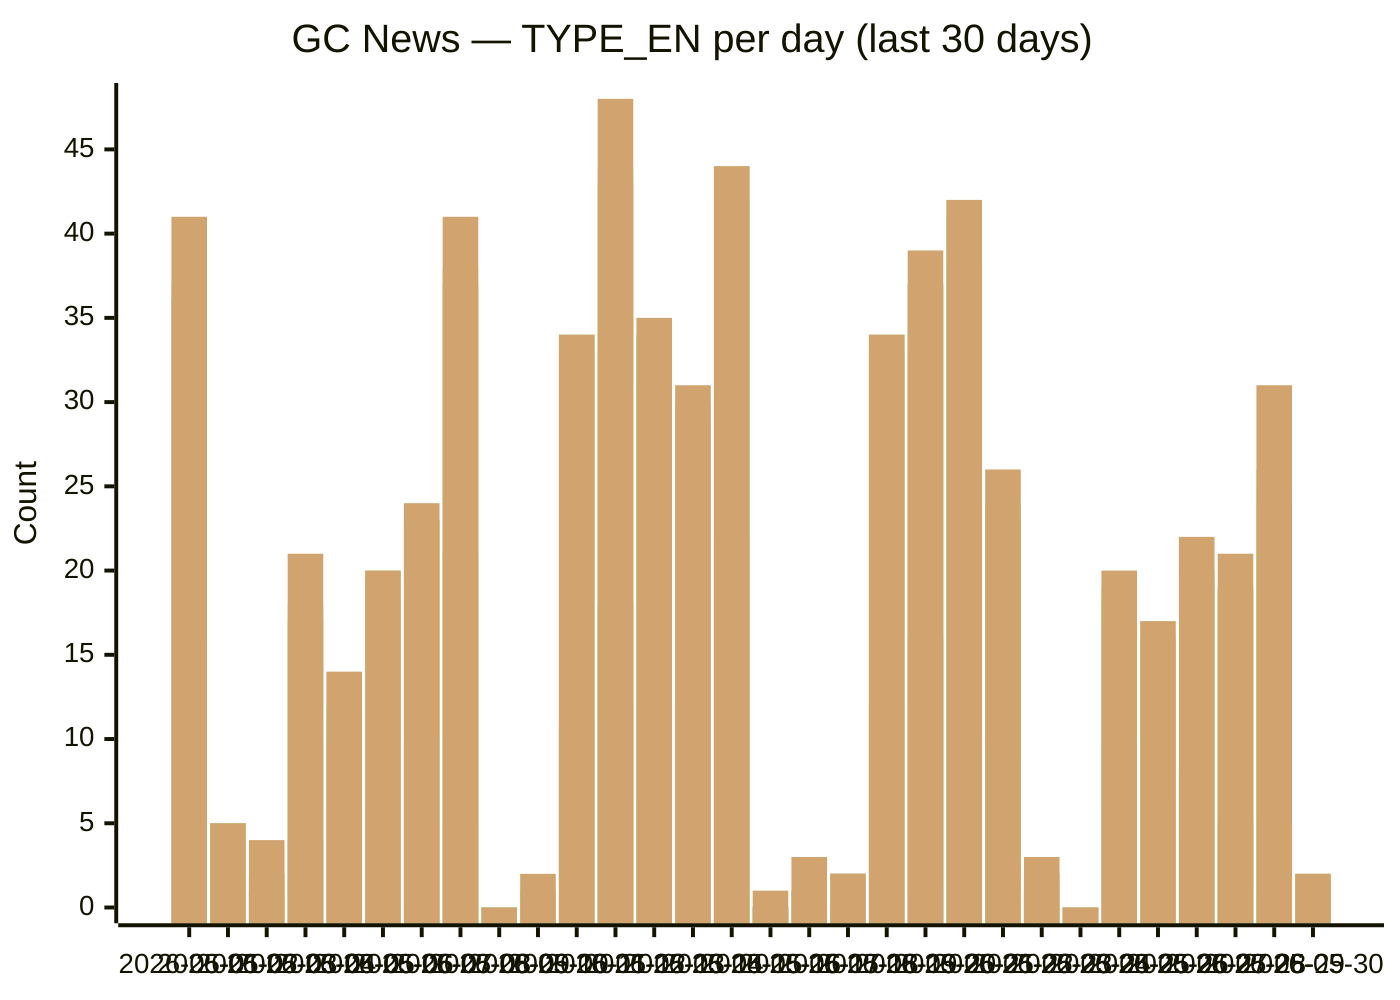
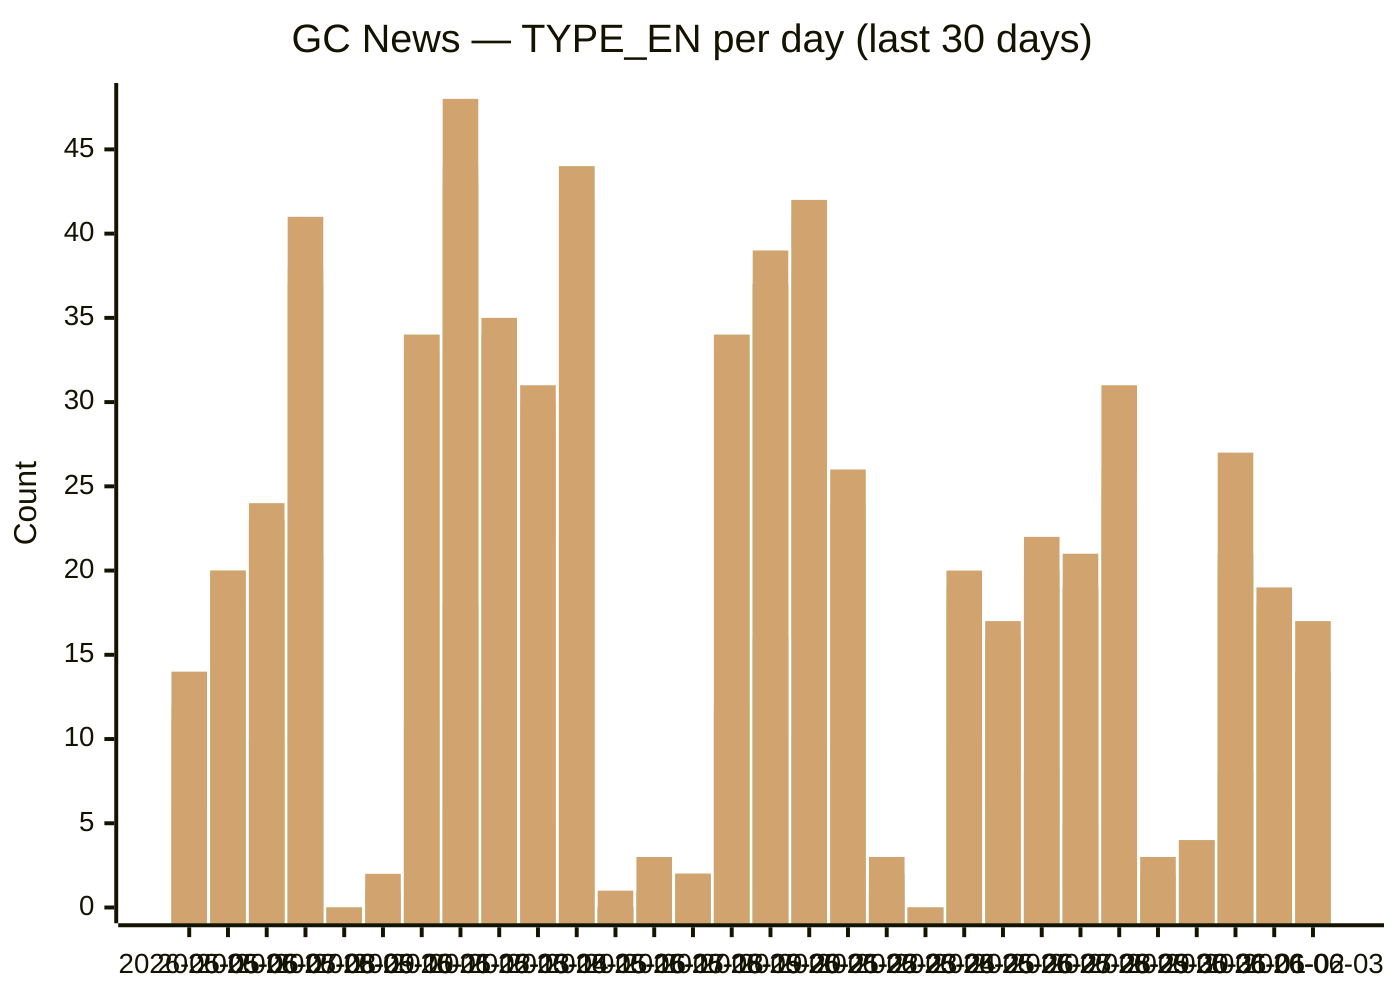
xychart-beta
  title "GC News — TYPE_EN per day (last 30 days)"
-   x-axis [2026-05-01, 2026-05-02, 2026-05-03, 2026-05-04, 2026-05-05, 2026-05-06, 2026-05-07, 2026-05-08, 2026-05-09, 2026-05-10, 2026-05-11, 2026-05-12, 2026-05-13, 2026-05-14, 2026-05-15, 2026-05-16, 2026-05-17, 2026-05-18, 2026-05-19, 2026-05-20, 2026-05-21, 2026-05-22, 2026-05-23, 2026-05-24, 2026-05-25, 2026-05-26, 2026-05-27, 2026-05-28, 2026-05-29, 2026-05-30]
+   x-axis [2026-05-05, 2026-05-06, 2026-05-07, 2026-05-08, 2026-05-09, 2026-05-10, 2026-05-11, 2026-05-12, 2026-05-13, 2026-05-14, 2026-05-15, 2026-05-16, 2026-05-17, 2026-05-18, 2026-05-19, 2026-05-20, 2026-05-21, 2026-05-22, 2026-05-23, 2026-05-24, 2026-05-25, 2026-05-26, 2026-05-27, 2026-05-28, 2026-05-29, 2026-05-30, 2026-05-31, 2026-06-01, 2026-06-02, 2026-06-03]
  y-axis "Count" 0 --> 48
-   bar backgrounders [1, 0, 0, 2, 1, 2, 0, 5, 0, 0, 2, 6, 2, 4, 5, 0, 0, 0, 1, 1, 3, 3, 0, 0, 6, 1, 4, 1, 1, 0]
-   bar "media advisories" [16, 0, 1, 4, 6, 7, 10, 21, 0, 0, 11, 18, 12, 12, 22, 0, 0, 2, 12, 16, 10, 9, 1, 0, 10, 6, 8, 5, 5, 0]
-   bar "news releases" [36, 5, 2, 17, 10, 18, 23, 37, 0, 1, 33, 43, 31, 28, 42, 0, 1, 2, 33, 37, 38, 23, 2, 0, 17, 13, 19, 19, 24, 2]
-   bar readouts [36, 5, 2, 17, 11, 19, 23, 37, 0, 1, 34, 43, 34, 29, 44, 0, 1, 2, 34, 37, 41, 23, 2, 0, 18, 16, 20, 19, 25, 2]
-   bar speeches [37, 5, 2, 18, 12, 20, 23, 38, 0, 1, 34, 44, 34, 30, 44, 0, 1, 2, 34, 37, 42, 24, 2, 0, 19, 16, 20, 19, 26, 2]
-   bar statements [41, 5, 4, 21, 14, 20, 24, 41, 0, 2, 34, 48, 35, 31, 44, 1, 3, 2, 34, 39, 42, 26, 3, 0, 20, 17, 22, 21, 31, 2]
+   bar backgrounders [1, 2, 0, 5, 0, 0, 2, 6, 2, 4, 5, 0, 0, 0, 1, 1, 3, 3, 0, 0, 6, 1, 4, 1, 1, 0, 0, 5, 2, 2]
+   bar "media advisories" [6, 7, 10, 21, 0, 0, 11, 18, 12, 12, 22, 0, 0, 2, 12, 16, 10, 9, 1, 0, 10, 6, 8, 5, 5, 0, 4, 8, 6, 5]
+   bar "news releases" [10, 18, 23, 37, 0, 1, 33, 43, 31, 28, 42, 0, 1, 2, 33, 37, 38, 23, 2, 0, 17, 13, 19, 19, 24, 2, 4, 20, 16, 13]
+   bar readouts [11, 19, 23, 37, 0, 1, 34, 43, 34, 29, 44, 0, 1, 2, 34, 37, 41, 23, 2, 0, 18, 16, 20, 19, 25, 2, 4, 21, 17, 14]
+   bar speeches [12, 20, 23, 38, 0, 1, 34, 44, 34, 30, 44, 0, 1, 2, 34, 37, 42, 24, 2, 0, 19, 16, 20, 19, 26, 2, 4, 21, 18, 14]
+   bar statements [14, 20, 24, 41, 0, 2, 34, 48, 35, 31, 44, 1, 3, 2, 34, 39, 42, 26, 3, 0, 20, 17, 22, 21, 31, 3, 4, 27, 19, 17]
